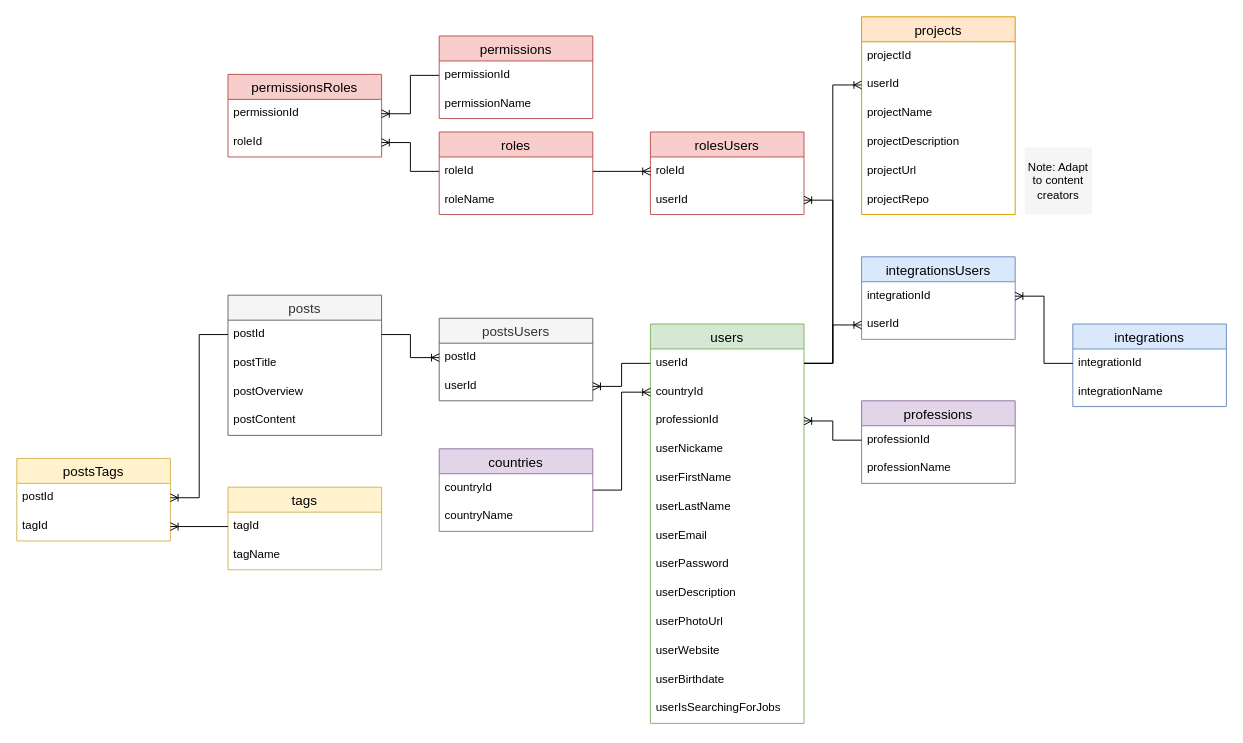
This is automation-administration-database-diagram.drawio from richruizv/platzi_master_startup, a draw.io file, before an edit. Source tidied: cells renumbered, new cells numbered last; positions are measured from the earlier drawing's top-left corner, leaving out a move shared by most shapes. Both pictures are drawn from the tidied source at 96%, with x=0, y=0 at pixel (16, 16).
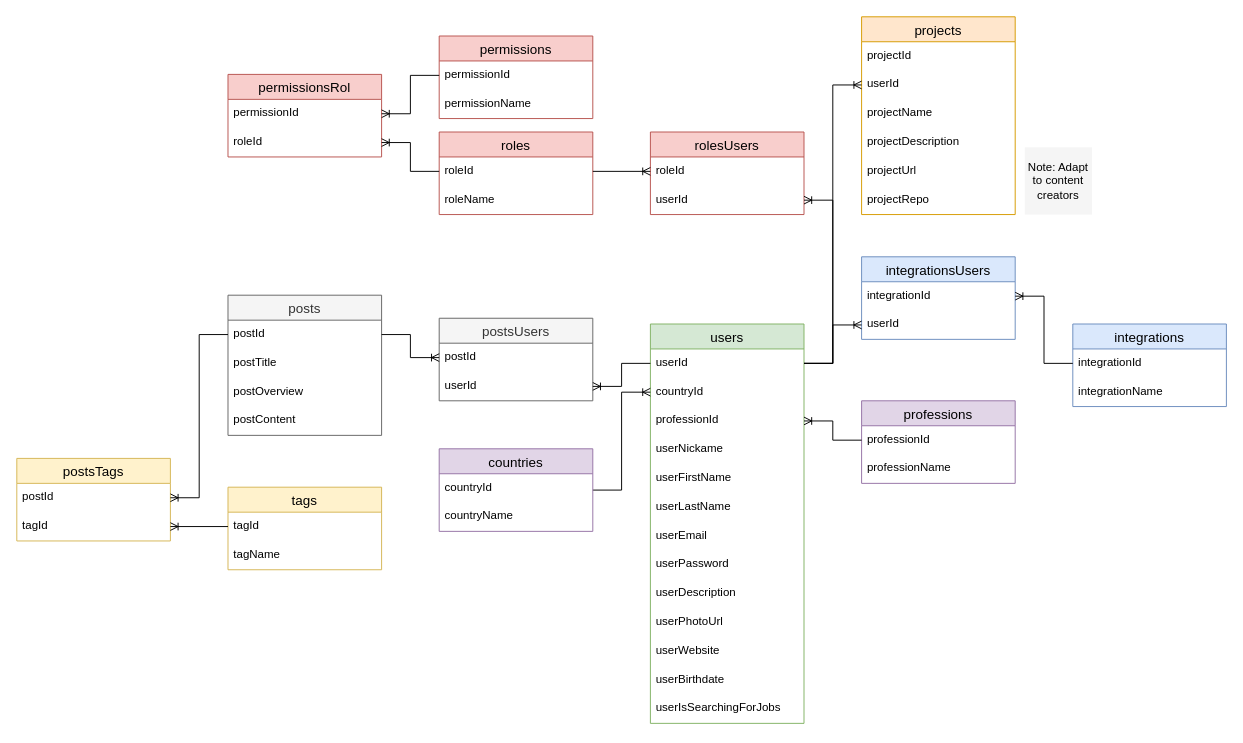
After the change.

What changed in the source:
```diff
@@
-    <mxCell id="65" value="permissionsRoles" style="swimlane;fontStyle=0;horizontal=1;startSize=26;align=center;fontSize=14;fillColor=#f8cecc;strokeColor=#b85450;" parent="1" vertex="1">
+    <mxCell id="65" value="permissionsRol" style="swimlane;fontStyle=0;horizontal=1;startSize=26;align=center;fontSize=14;fillColor=#f8cecc;strokeColor=#b85450;" parent="1" vertex="1">
       <mxGeometry x="220" y="60" width="160" height="86" as="geometry" />
     </mxCell>
```
